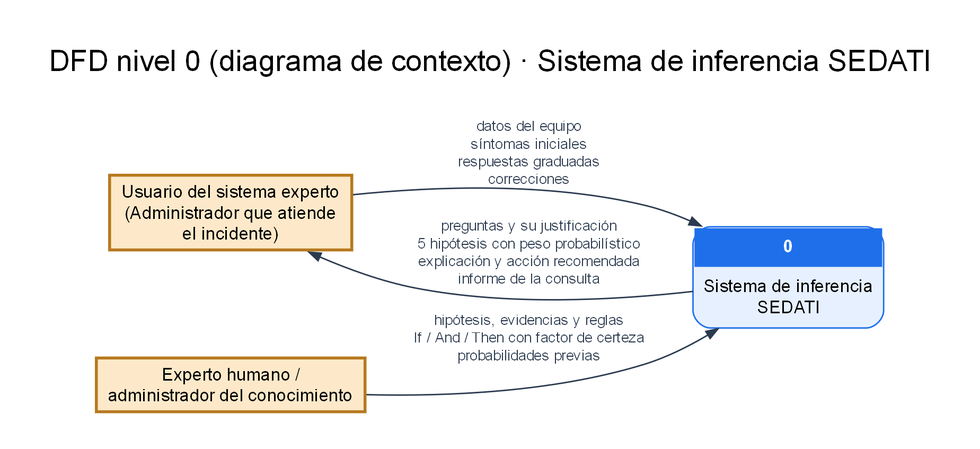
JuanCastro6208/SistemaExperto keeps this Graphviz diagram as diseno/dfd_nivel0.png. Above is the earlier version. Its source is kept beside it as diseno/dfd_nivel0.dot. The source it was exported from:
```dot
digraph dfd0 {
  graph [fontname="Arial", fontsize=20, rankdir=LR, ranksep=2.2, labelloc=t, pad=0.35, dpi=200, nodesep=0.45, ranksep=0.9, splines=spline];
  node  [fontname="Arial", fontsize=12];
  edge  [fontname="Arial", fontsize=10, color="#2b3a4f", fontcolor="#2b3a4f", arrowsize=0.8];
  label="DFD nivel 0 (diagrama de contexto) · Sistema de inferencia SEDATI\n ";
  usuario [shape=box, style="filled", fillcolor="#fde9c9", color="#b7791f", penwidth=2, fontsize=12, label="Usuario del sistema experto\n(Administrador que atiende\nel incidente)"];
  experto [shape=box, style="filled", fillcolor="#fde9c9", color="#b7791f", penwidth=2, fontsize=12, label="Experto humano /\nadministrador del conocimiento"];
  sis [shape=plain, label=<<TABLE BORDER="1" CELLBORDER="0" CELLSPACING="0" CELLPADDING="6" STYLE="ROUNDED" COLOR="#1f6feb" BGCOLOR="#e7f0fe"><TR><TD BGCOLOR="#1f6feb"><FONT COLOR="white"><B>0</B></FONT></TD></TR><TR><TD>Sistema de inferencia<BR/>SEDATI</TD></TR></TABLE>>];
  usuario -> sis [label="datos del equipo\nsíntomas iniciales\nrespuestas graduadas\ncorrecciones"];
  sis -> usuario [label="preguntas y su justificación\n5 hipótesis con peso probabilístico\nexplicación y acción recomendada\ninforme de la consulta"];
  experto -> sis [label="hipótesis, evidencias y reglas\nIf / And / Then con factor de certeza\nprobabilidades previas"];
  {rank=same; usuario; experto;}
}
```
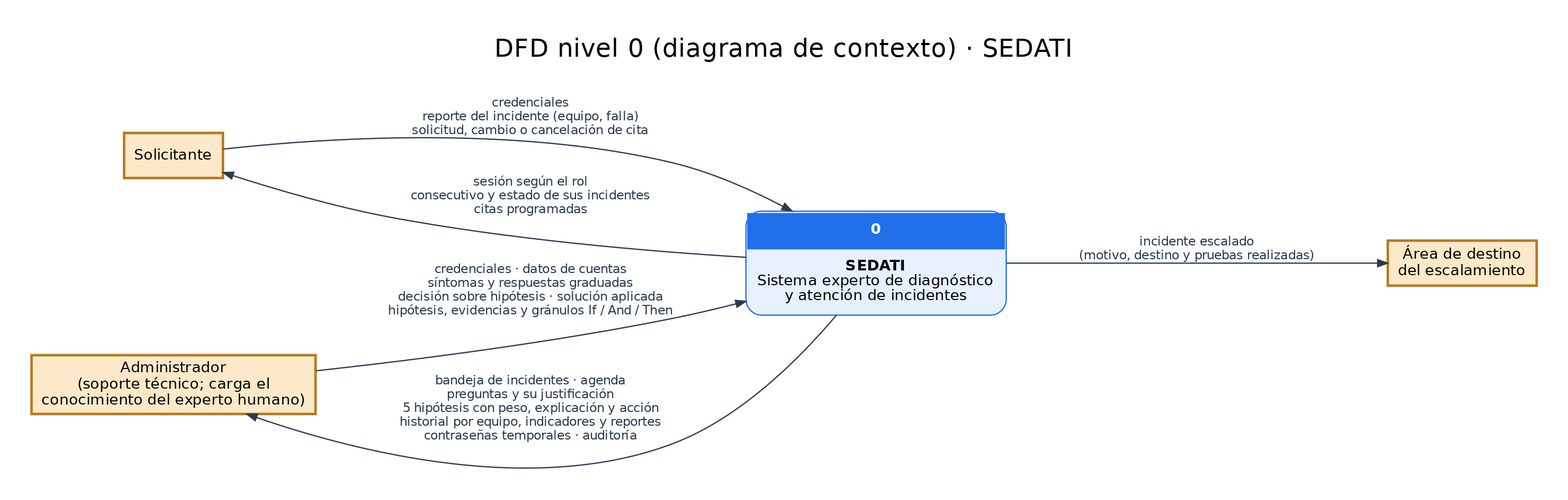
Later version of the same file.

Diff of the diagram source:
```diff
@@ -1,13 +1,18 @@
 digraph dfd0 {
-  graph [fontname="Arial", fontsize=20, rankdir=LR, ranksep=2.2, labelloc=t, pad=0.35, dpi=200, nodesep=0.45, ranksep=0.9, splines=spline];
-  node  [fontname="Arial", fontsize=12];
-  edge  [fontname="Arial", fontsize=10, color="#2b3a4f", fontcolor="#2b3a4f", arrowsize=0.8];
-  label="DFD nivel 0 (diagrama de contexto) · Sistema de inferencia SEDATI\n ";
-  usuario [shape=box, style="filled", fillcolor="#fde9c9", color="#b7791f", penwidth=2, fontsize=12, label="Usuario del sistema experto\n(Administrador que atiende\nel incidente)"];
-  experto [shape=box, style="filled", fillcolor="#fde9c9", color="#b7791f", penwidth=2, fontsize=12, label="Experto humano /\nadministrador del conocimiento"];
-  sis [shape=plain, label=<<TABLE BORDER="1" CELLBORDER="0" CELLSPACING="0" CELLPADDING="6" STYLE="ROUNDED" COLOR="#1f6feb" BGCOLOR="#e7f0fe"><TR><TD BGCOLOR="#1f6feb"><FONT COLOR="white"><B>0</B></FONT></TD></TR><TR><TD>Sistema de inferencia<BR/>SEDATI</TD></TR></TABLE>>];
-  usuario -> sis [label="datos del equipo\nsíntomas iniciales\nrespuestas graduadas\ncorrecciones"];
-  sis -> usuario [label="preguntas y su justificación\n5 hipótesis con peso probabilístico\nexplicación y acción recomendada\ninforme de la consulta"];
-  experto -> sis [label="hipótesis, evidencias y reglas\nIf / And / Then con factor de certeza\nprobabilidades previas"];
-  {rank=same; usuario; experto;}
+  graph [fontname="DejaVu Sans", fontsize=20, rankdir=LR, labelloc=t, pad=0.35, dpi=170, nodesep=0.6, ranksep=1.6, splines=spline];
+  node  [fontname="DejaVu Sans", fontsize=12];
+  edge  [fontname="DejaVu Sans", fontsize=10, color="#2b3a4f", fontcolor="#2b3a4f", arrowsize=0.8];
+  label="DFD nivel 0 (diagrama de contexto) · SEDATI\n ";
+
+  solicitante [shape=box, style="filled", fillcolor="#fde9c9", color="#b7791f", penwidth=2, label="Solicitante"];
+  admin [shape=box, style="filled", fillcolor="#fde9c9", color="#b7791f", penwidth=2, label="Administrador\n(soporte técnico; carga el\nconocimiento del experto humano)"];
+  area [shape=box, style="filled", fillcolor="#fde9c9", color="#b7791f", penwidth=2, label="Área de destino\ndel escalamiento"];
+  sis [shape=plain, label=<<TABLE BORDER="1" CELLBORDER="0" CELLSPACING="0" CELLPADDING="8" STYLE="ROUNDED" COLOR="#1f6feb" BGCOLOR="#e7f0fe"><TR><TD BGCOLOR="#1f6feb"><FONT COLOR="white"><B>0</B></FONT></TD></TR><TR><TD><B>SEDATI</B><BR/>Sistema experto de diagnóstico<BR/>y atención de incidentes</TD></TR></TABLE>>];
+
+  solicitante -> sis [label="credenciales\nreporte del incidente (equipo, falla)\nsolicitud, cambio o cancelación de cita"];
+  sis -> solicitante [label="sesión según el rol\nconsecutivo y estado de sus incidentes\ncitas programadas"];
+  admin -> sis [label="credenciales · datos de cuentas\nsíntomas y respuestas graduadas\ndecisión sobre hipótesis · solución aplicada\nhipótesis, evidencias y gránulos If / And / Then"];
+  sis -> admin [label="bandeja de incidentes · agenda\npreguntas y su justificación\n5 hipótesis con peso, explicación y acción\nhistorial por equipo, indicadores y reportes\ncontraseñas temporales · auditoría"];
+  sis -> area [label="incidente escalado\n(motivo, destino y pruebas realizadas)"];
+  {rank=same; solicitante; admin;}
 }
```
